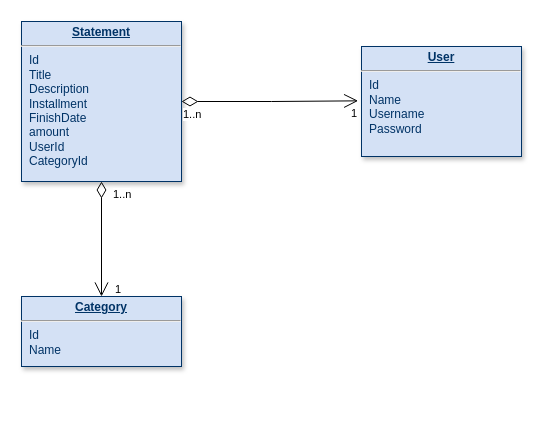
The draw.io diagram data-model-example.drawio in gustavo-bossolani/cow-api, before the edit. Source tidied: cells renumbered, new cells numbered last; positions are measured from the earlier drawing's top-left corner, leaving out a move shared by most shapes. Both pictures are drawn from the tidied source at 100%, with x=0, y=0 at pixel (21, 21).
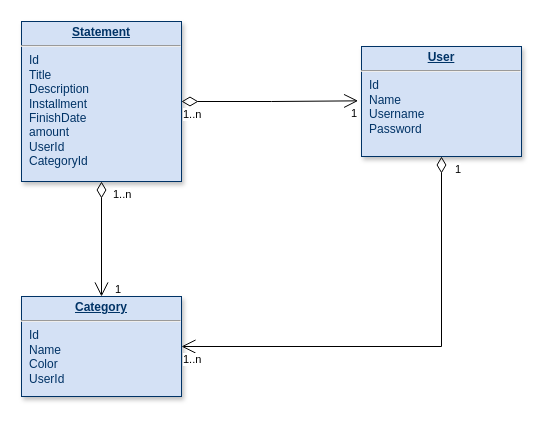
The same diagram, later.

Commit message:
fixes relation draft

The edit, as a diff of the source:
```diff
@@
 <mxGraphModel>
   <root>
     <mxCell id="0" />
     <mxCell id="1" parent="0" />
     <mxCell id="2" value="&lt;p style=&quot;margin: 0px ; margin-top: 4px ; text-align: center ; text-decoration: underline&quot;&gt;&lt;strong&gt;Statement&lt;/strong&gt;&lt;/p&gt;&lt;hr&gt;&lt;p style=&quot;margin: 0px ; margin-left: 8px&quot;&gt;Id&lt;/p&gt;&lt;p style=&quot;margin: 0px ; margin-left: 8px&quot;&gt;Title&lt;/p&gt;&lt;p style=&quot;margin: 0px ; margin-left: 8px&quot;&gt;Description&lt;/p&gt;&lt;p style=&quot;margin: 0px ; margin-left: 8px&quot;&gt;Installment&lt;br&gt;&lt;/p&gt;&lt;p style=&quot;margin: 0px ; margin-left: 8px&quot;&gt;FinishDate&lt;/p&gt;&lt;p style=&quot;margin: 0px ; margin-left: 8px&quot;&gt;amount&lt;/p&gt;&lt;p style=&quot;margin: 0px ; margin-left: 8px&quot;&gt;UserId&lt;br&gt;&lt;/p&gt;&lt;p style=&quot;margin: 0px ; margin-left: 8px&quot;&gt;CategoryId&lt;/p&gt;&lt;p style=&quot;margin: 0px ; margin-left: 8px&quot;&gt;&lt;br&gt;&lt;/p&gt;" style="verticalAlign=top;align=left;overflow=fill;fontSize=12;fontFamily=Helvetica;html=1;strokeColor=#003366;shadow=1;fillColor=#D4E1F5;fontColor=#003366;" parent="1" vertex="1">
       <mxGeometry width="160" height="160" as="geometry" />
     </mxCell>
     <mxCell id="3" value="&lt;p style=&quot;margin: 0px ; margin-top: 4px ; text-align: center ; text-decoration: underline&quot;&gt;&lt;b&gt;User&lt;/b&gt;&lt;/p&gt;&lt;hr&gt;&lt;p style=&quot;margin: 0px ; margin-left: 8px&quot;&gt;Id&lt;/p&gt;&lt;p style=&quot;margin: 0px ; margin-left: 8px&quot;&gt;Name&lt;/p&gt;&lt;p style=&quot;margin: 0px ; margin-left: 8px&quot;&gt;Username&lt;/p&gt;&lt;p style=&quot;margin: 0px ; margin-left: 8px&quot;&gt;Password&lt;/p&gt;&lt;p style=&quot;margin: 0px ; margin-left: 8px&quot;&gt;&lt;br&gt;&lt;/p&gt;&lt;p style=&quot;margin: 0px ; margin-left: 8px&quot;&gt;&lt;br&gt;&lt;/p&gt;" style="verticalAlign=top;align=left;overflow=fill;fontSize=12;fontFamily=Helvetica;html=1;strokeColor=#003366;shadow=1;fillColor=#D4E1F5;fontColor=#003366;" parent="1" vertex="1">
       <mxGeometry x="340" y="25" width="160" height="110" as="geometry" />
     </mxCell>
-    <mxCell id="4" value="&lt;p style=&quot;margin: 0px ; margin-top: 4px ; text-align: center ; text-decoration: underline&quot;&gt;&lt;b&gt;Category&lt;/b&gt;&lt;/p&gt;&lt;hr&gt;&lt;p style=&quot;margin: 0px ; margin-left: 8px&quot;&gt;Id&lt;/p&gt;&lt;p style=&quot;margin: 0px ; margin-left: 8px&quot;&gt;Name&lt;/p&gt;&lt;p style=&quot;margin: 0px ; margin-left: 8px&quot;&gt;&lt;br&gt;&lt;/p&gt;&lt;p style=&quot;margin: 0px ; margin-left: 8px&quot;&gt;&lt;br&gt;&lt;/p&gt;" style="verticalAlign=top;align=left;overflow=fill;fontSize=12;fontFamily=Helvetica;html=1;strokeColor=#003366;shadow=1;fillColor=#D4E1F5;fontColor=#003366;" parent="1" vertex="1">
-      <mxGeometry y="275" width="160" height="70" as="geometry" />
+    <mxCell id="4" value="&lt;p style=&quot;margin: 0px ; margin-top: 4px ; text-align: center ; text-decoration: underline&quot;&gt;&lt;b&gt;Category&lt;/b&gt;&lt;/p&gt;&lt;hr&gt;&lt;p style=&quot;margin: 0px ; margin-left: 8px&quot;&gt;Id&lt;/p&gt;&lt;p style=&quot;margin: 0px ; margin-left: 8px&quot;&gt;Name&lt;/p&gt;&lt;p style=&quot;margin: 0px ; margin-left: 8px&quot;&gt;Color&lt;/p&gt;&lt;p style=&quot;margin: 0px ; margin-left: 8px&quot;&gt;UserId&lt;/p&gt;&lt;p style=&quot;margin: 0px ; margin-left: 8px&quot;&gt;&lt;br&gt;&lt;/p&gt;&lt;p style=&quot;margin: 0px ; margin-left: 8px&quot;&gt;&lt;br&gt;&lt;/p&gt;" style="verticalAlign=top;align=left;overflow=fill;fontSize=12;fontFamily=Helvetica;html=1;strokeColor=#003366;shadow=1;fillColor=#D4E1F5;fontColor=#003366;" parent="1" vertex="1">
+      <mxGeometry y="275" width="160" height="100" as="geometry" />
     </mxCell>
     <mxCell id="5" style="endArrow=open;html=1;endSize=12;startArrow=diamondThin;startSize=14;startFill=0;edgeStyle=orthogonalEdgeStyle;rounded=0;exitX=1;exitY=0.5;exitDx=0;exitDy=0;entryX=-0.021;entryY=0.494;entryDx=0;entryDy=0;entryPerimeter=0;" parent="1" edge="1" source="2" target="3">
       <mxGeometry relative="1" as="geometry" />
     </mxCell>
     <mxCell id="6" value="1..n" style="edgeLabel;html=1;align=left;verticalAlign=top;" parent="5" vertex="1">
       <mxGeometry x="-1" relative="1" as="geometry" />
     </mxCell>
     <mxCell id="7" value="1" style="edgeLabel;html=1;align=right;verticalAlign=top;" parent="5" vertex="1">
       <mxGeometry x="1" relative="1" as="geometry" />
     </mxCell>
     <mxCell id="8" style="endArrow=open;html=1;endSize=12;startArrow=diamondThin;startSize=14;startFill=0;edgeStyle=orthogonalEdgeStyle;rounded=0;exitX=0.5;exitY=1;exitDx=0;exitDy=0;entryX=0.5;entryY=0;entryDx=0;entryDy=0;" parent="1" edge="1" source="2" target="4">
       <mxGeometry relative="1" as="geometry" />
     </mxCell>
     <mxCell id="9" value="1..n" style="edgeLabel;html=1;align=left;verticalAlign=top;" parent="8" vertex="1">
       <mxGeometry x="-1" relative="1" as="geometry">
         <mxPoint x="10" as="offset" />
       </mxGeometry>
     </mxCell>
     <mxCell id="10" value="1" style="edgeLabel;html=1;align=right;verticalAlign=top;" parent="8" vertex="1">
       <mxGeometry x="1" relative="1" as="geometry">
         <mxPoint x="20" y="-20" as="offset" />
       </mxGeometry>
     </mxCell>
+    <mxCell id="11" style="endArrow=open;html=1;endSize=12;startArrow=diamondThin;startSize=14;startFill=0;edgeStyle=orthogonalEdgeStyle;rounded=0;exitX=0.5;exitY=1;exitDx=0;exitDy=0;entryX=1;entryY=0.5;entryDx=0;entryDy=0;" parent="1" edge="1" source="3" target="4">
+      <mxGeometry relative="1" as="geometry" />
+    </mxCell>
+    <mxCell id="12" value="1..n" style="edgeLabel;html=1;align=left;verticalAlign=top;" parent="1" vertex="1">
+      <mxGeometry x="160" y="325" as="geometry" />
+    </mxCell>
+    <mxCell id="13" value="1" style="edgeLabel;html=1;align=right;verticalAlign=top;" parent="1" vertex="1">
+      <mxGeometry x="440" y="135" as="geometry" />
+    </mxCell>
   </root>
 </mxGraphModel>
```
